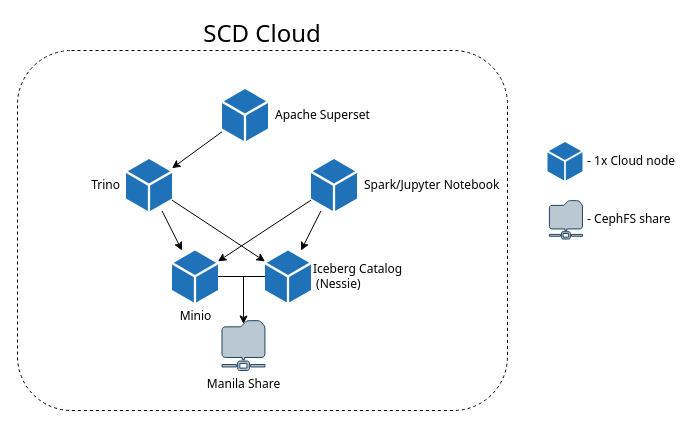
The draw.io diagram docs/images/ISIS Data Lakehouse PoC.drawio in ISISNeutronMuon/ddf-lakehouse-prototype, before the edit. Source tidied: cells renumbered, new cells numbered last; positions are measured from the earlier drawing's top-left corner, leaving out a move shared by most shapes. Both pictures are drawn from the tidied source at 100%, with x=0, y=0 at pixel (17, 50).
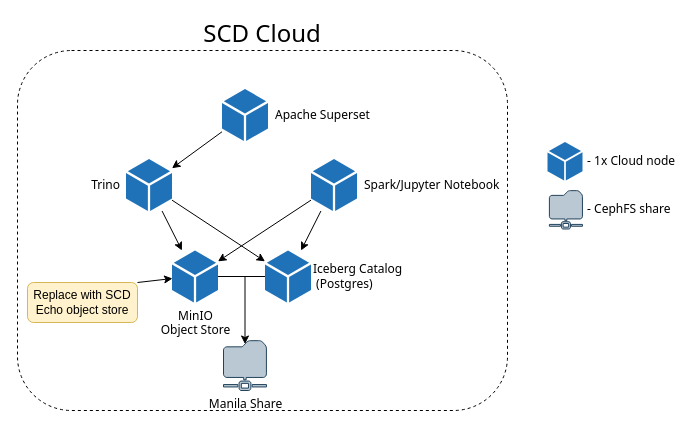
Above is the later version.

Commit message (it also covers changes not shown here):
Update architecture drawing.

Diff of the diagram source:
```diff
@@
     <mxCell id="3" value="Manila Share" style="sketch=0;shadow=0;dashed=0;html=1;strokeColor=#23445d;labelPosition=center;verticalLabelPosition=bottom;verticalAlign=top;align=center;fillColor=#bac8d3;shape=mxgraph.mscae.enterprise.shared_folder;fontFamily=Tahoma;" parent="1" vertex="1">
-      <mxGeometry x="204.5" y="270" width="43" height="50" as="geometry" />
+      <mxGeometry x="206" y="290" width="43" height="50" as="geometry" />
     </mxCell>
-    <mxCell id="4" value="Minio" style="sketch=0;shadow=0;dashed=0;html=1;strokeColor=none;labelPosition=center;verticalLabelPosition=bottom;verticalAlign=top;outlineConnect=0;align=center;shape=mxgraph.office.concepts.node_generic;fillColor=#2072B8;fontFamily=Tahoma;" parent="1" vertex="1">
+    <mxCell id="4" value="MinIO&lt;div&gt;Object Store&lt;/div&gt;" style="sketch=0;shadow=0;dashed=0;html=1;strokeColor=none;labelPosition=center;verticalLabelPosition=bottom;verticalAlign=top;outlineConnect=0;align=center;shape=mxgraph.office.concepts.node_generic;fillColor=#2072B8;fontFamily=Tahoma;" parent="1" vertex="1">
       <mxGeometry x="154.5" y="200" width="46" height="52" as="geometry" />
     </mxCell>
@@
-    <mxCell id="8" value="Iceberg Catalog&lt;div&gt;&amp;nbsp;(Nessie)&lt;/div&gt;" style="sketch=0;shadow=0;dashed=0;html=1;strokeColor=none;labelPosition=right;verticalLabelPosition=middle;verticalAlign=middle;outlineConnect=0;align=left;shape=mxgraph.office.concepts.node_generic;fillColor=#2072B8;fontFamily=Tahoma;" parent="1" vertex="1">
+    <mxCell id="8" value="Iceberg Catalog&lt;div&gt;&amp;nbsp;(Postgres)&lt;/div&gt;" style="sketch=0;shadow=0;dashed=0;html=1;strokeColor=none;labelPosition=right;verticalLabelPosition=middle;verticalAlign=middle;outlineConnect=0;align=left;shape=mxgraph.office.concepts.node_generic;fillColor=#2072B8;fontFamily=Tahoma;" parent="1" vertex="1">
       <mxGeometry x="247.5" y="200" width="46" height="52" as="geometry" />
     </mxCell>
@@
     <mxCell id="14" value="&amp;nbsp;- CephFS share" style="sketch=0;shadow=0;dashed=0;html=1;strokeColor=#23445d;labelPosition=right;verticalLabelPosition=middle;verticalAlign=middle;align=left;fillColor=#bac8d3;shape=mxgraph.mscae.enterprise.shared_folder;fontFamily=Tahoma;" parent="1" vertex="1">
-      <mxGeometry x="531.9" y="150" width="33.1" height="38.5" as="geometry" />
+      <mxGeometry x="531.9" y="140" width="33.1" height="38.5" as="geometry" />
     </mxCell>
@@
+    <mxCell id="18" style="rounded=0;jettySize=auto;html=1;exitX=1;exitY=0;exitDx=0;exitDy=0;" parent="1" edge="1" source="19">
+      <mxGeometry relative="1" as="geometry">
+        <mxPoint x="155" y="228" as="targetPoint" />
+      </mxGeometry>
+    </mxCell>
+    <mxCell id="19" value="Replace with SCD Echo object store" style="text;html=1;align=center;verticalAlign=middle;whiteSpace=wrap;rounded=1;fillColor=#fff2cc;strokeColor=#d6b656;" parent="1" vertex="1">
+      <mxGeometry x="10" y="232" width="110" height="40" as="geometry" />
+    </mxCell>
```
